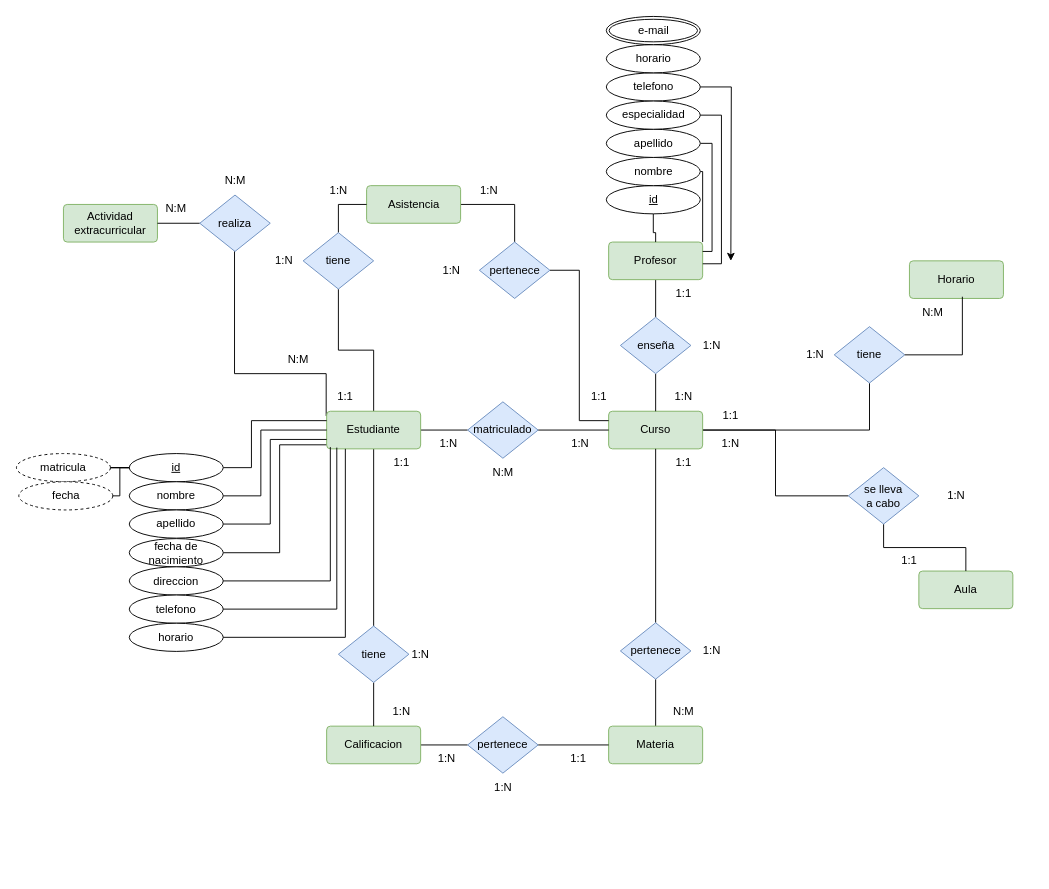
The draw.io diagram Unidad_1/Tareas/Tareas_entregables/Tarea_1/Diagrama sin título.drawio in OxideVanadium/base_de_datos, before the edit. Source tidied: cells renumbered, new cells numbered last; positions are measured from the earlier drawing's top-left corner, leaving out a move shared by most shapes. Both pictures are drawn from the tidied source at 94%, with x=0, y=0 at pixel (16, 16).
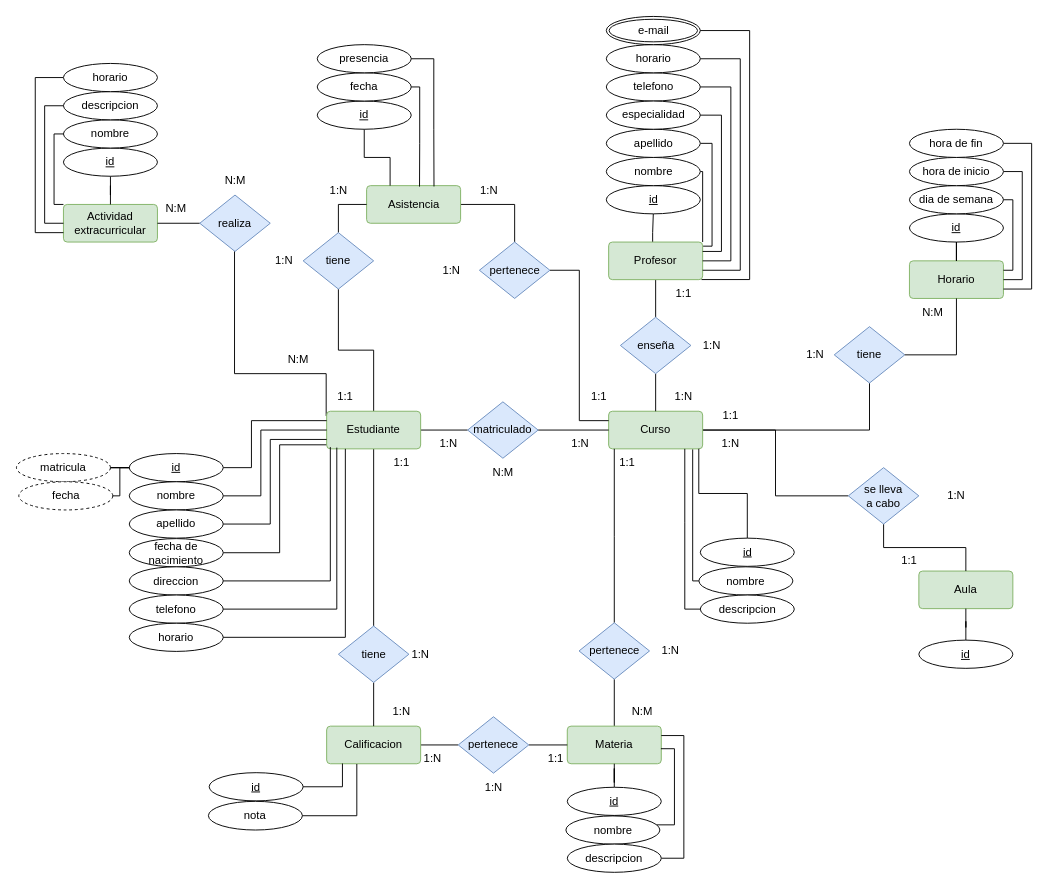
The same page after the edit.

Unchanged cells that the change refers to:
```xml
<mxCell id="9" value="Curso" style="rounded=1;arcSize=10;whiteSpace=wrap;html=1;align=center;fillColor=#d5e8d4;strokeColor=#82b366;" parent="1" vertex="1">
  <mxGeometry x="630" y="420" width="100" height="40" as="geometry" />
</mxCell>
<mxCell id="11" value="Profesor" style="rounded=1;arcSize=10;whiteSpace=wrap;html=1;align=center;fillColor=#d5e8d4;strokeColor=#82b366;" parent="1" vertex="1">
  <mxGeometry x="630" y="240" width="100" height="40" as="geometry" />
</mxCell>
<mxCell id="12" value="Aula" style="rounded=1;arcSize=10;whiteSpace=wrap;html=1;align=center;fillColor=#d5e8d4;strokeColor=#82b366;" parent="1" vertex="1">
  <mxGeometry x="960" y="590" width="100" height="40" as="geometry" />
</mxCell>
<mxCell id="13" value="&lt;div&gt;Horario&lt;/div&gt;" style="rounded=1;arcSize=10;whiteSpace=wrap;html=1;align=center;fillColor=#d5e8d4;strokeColor=#82b366;" parent="1" vertex="1">
  <mxGeometry x="950" y="260" width="100" height="40" as="geometry" />
</mxCell>
<mxCell id="17" value="Calificacion" style="rounded=1;arcSize=10;whiteSpace=wrap;html=1;align=center;fillColor=#d5e8d4;strokeColor=#82b366;" parent="1" vertex="1">
  <mxGeometry x="330" y="755" width="100" height="40" as="geometry" />
</mxCell>
<mxCell id="19" value="Asistencia" style="rounded=1;arcSize=10;whiteSpace=wrap;html=1;align=center;fillColor=#d5e8d4;strokeColor=#82b366;" parent="1" vertex="1">
  <mxGeometry x="372.5" y="180" width="100" height="40" as="geometry" />
</mxCell>
<mxCell id="20" value="Actividad extracurricular" style="rounded=1;arcSize=10;whiteSpace=wrap;html=1;align=center;fillColor=#d5e8d4;strokeColor=#82b366;" parent="1" vertex="1">
  <mxGeometry x="50" y="200" width="100" height="40" as="geometry" />
</mxCell>
<mxCell id="29" value="tiene" style="shape=rhombus;perimeter=rhombusPerimeter;whiteSpace=wrap;html=1;align=center;fillColor=#dae8fc;strokeColor=#6c8ebf;" parent="1" vertex="1">
  <mxGeometry x="870" y="330" width="75" height="60" as="geometry" />
</mxCell>
<mxCell id="45" value="1:1" style="text;html=1;strokeColor=none;fillColor=none;align=center;verticalAlign=middle;whiteSpace=wrap;rounded=0;" parent="1" vertex="1">
  <mxGeometry x="680" y="280" width="60" height="30" as="geometry" />
</mxCell>
<mxCell id="90" value="id" style="ellipse;whiteSpace=wrap;html=1;align=center;fontStyle=4;" parent="1" vertex="1">
  <mxGeometry x="627.5" y="180" width="100" height="30" as="geometry" />
</mxCell>
<mxCell id="94" value="telefono" style="ellipse;whiteSpace=wrap;html=1;align=center;" parent="1" vertex="1">
  <mxGeometry x="627.5" y="60" width="100" height="30" as="geometry" />
</mxCell>
<mxCell id="95" value="horario" style="ellipse;whiteSpace=wrap;html=1;align=center;" parent="1" vertex="1">
  <mxGeometry x="627.5" y="30" width="100" height="30" as="geometry" />
</mxCell>
<mxCell id="97" value="apellido" style="ellipse;whiteSpace=wrap;html=1;align=center;" parent="1" vertex="1">
  <mxGeometry x="627.5" y="120" width="100" height="30" as="geometry" />
</mxCell>
<mxCell id="98" value="especialidad" style="ellipse;whiteSpace=wrap;html=1;align=center;" parent="1" vertex="1">
  <mxGeometry x="627.5" y="90" width="100" height="30" as="geometry" />
</mxCell>
<mxCell id="99" value="e-mail" style="ellipse;shape=doubleEllipse;margin=3;whiteSpace=wrap;html=1;align=center;" parent="1" vertex="1">
  <mxGeometry x="627.5" width="100" height="30" as="geometry" />
</mxCell>
```

The edit, as a diff of the source:
```diff
@@
     <mxCell id="15" value="&lt;div&gt;Materia&lt;/div&gt;" style="rounded=1;arcSize=10;whiteSpace=wrap;html=1;align=center;fillColor=#d5e8d4;strokeColor=#82b366;" parent="1" vertex="1">
-      <mxGeometry x="630" y="755" width="100" height="40" as="geometry" />
+      <mxGeometry x="586" y="755" width="100" height="40" as="geometry" />
     </mxCell>
@@
-    <mxCell id="25" style="edgeStyle=orthogonalEdgeStyle;rounded=0;jettySize=auto;html=1;endArrow=none;endFill=0;" parent="1" edge="1" source="26" target="9">
-      <mxGeometry relative="1" as="geometry" />
+    <mxCell id="25" style="edgeStyle=orthogonalEdgeStyle;rounded=0;jettySize=auto;html=1;endArrow=none;endFill=0;" parent="1" edge="1" source="26">
+      <mxGeometry relative="1" as="geometry">
+        <mxPoint x="636" y="460" as="targetPoint" />
+      </mxGeometry>
     </mxCell>
     <mxCell id="26" value="pertenece" style="shape=rhombus;perimeter=rhombusPerimeter;whiteSpace=wrap;html=1;align=center;fillColor=#dae8fc;strokeColor=#6c8ebf;" parent="1" vertex="1">
-      <mxGeometry x="642.5" y="645" width="75" height="60" as="geometry" />
+      <mxGeometry x="598.5" y="645" width="75" height="60" as="geometry" />
     </mxCell>
@@
     <mxCell id="33" value="pertenece" style="shape=rhombus;perimeter=rhombusPerimeter;whiteSpace=wrap;html=1;align=center;fillColor=#dae8fc;strokeColor=#6c8ebf;" parent="1" vertex="1">
-      <mxGeometry x="480" y="745" width="75" height="60" as="geometry" />
+      <mxGeometry x="470" y="745" width="75" height="60" as="geometry" />
     </mxCell>
@@
-    <mxCell id="40" style="edgeStyle=orthogonalEdgeStyle;rounded=0;jettySize=auto;html=1;entryX=0.563;entryY=0.954;entryDx=0;entryDy=0;entryPerimeter=0;endArrow=none;endFill=0;" parent="1" edge="1" source="29" target="13">
+    <mxCell id="40" style="edgeStyle=orthogonalEdgeStyle;rounded=0;jettySize=auto;html=1;entryX=0.5;entryY=1;entryDx=0;entryDy=0;endArrow=none;endFill=0;" parent="1" edge="1" source="29" target="13">
       <mxGeometry relative="1" as="geometry" />
     </mxCell>
@@
     <mxCell id="47" value="N:M" style="text;html=1;strokeColor=none;fillColor=none;align=center;verticalAlign=middle;whiteSpace=wrap;rounded=0;" parent="1" vertex="1">
-      <mxGeometry x="680" y="725" width="60" height="30" as="geometry" />
+      <mxGeometry x="636" y="725" width="60" height="30" as="geometry" />
     </mxCell>
     <mxCell id="48" value="1:1" style="text;html=1;strokeColor=none;fillColor=none;align=center;verticalAlign=middle;whiteSpace=wrap;rounded=0;" parent="1" vertex="1">
-      <mxGeometry x="680" y="460" width="60" height="30" as="geometry" />
+      <mxGeometry x="620" y="460" width="60" height="30" as="geometry" />
     </mxCell>
     <mxCell id="49" value="1:N" style="text;html=1;strokeColor=none;fillColor=none;align=center;verticalAlign=middle;whiteSpace=wrap;rounded=0;" parent="1" vertex="1">
-      <mxGeometry x="710" y="660" width="60" height="30" as="geometry" />
+      <mxGeometry x="666" y="660" width="60" height="30" as="geometry" />
     </mxCell>
@@
     <mxCell id="55" value="1:1" style="text;html=1;strokeColor=none;fillColor=none;align=center;verticalAlign=middle;whiteSpace=wrap;rounded=0;" parent="1" vertex="1">
-      <mxGeometry x="567.5" y="775" width="60" height="30" as="geometry" />
+      <mxGeometry x="543.5" y="775" width="60" height="30" as="geometry" />
     </mxCell>
@@
     <mxCell id="57" value="1:N" style="text;html=1;strokeColor=none;fillColor=none;align=center;verticalAlign=middle;whiteSpace=wrap;rounded=0;" parent="1" vertex="1">
-      <mxGeometry x="487.5" y="805" width="60" height="30" as="geometry" />
+      <mxGeometry x="477.5" y="805" width="60" height="30" as="geometry" />
     </mxCell>
     <mxCell id="58" value="1:N" style="text;html=1;strokeColor=none;fillColor=none;align=center;verticalAlign=middle;whiteSpace=wrap;rounded=0;" parent="1" vertex="1">
-      <mxGeometry x="427.5" y="775" width="60" height="30" as="geometry" />
+      <mxGeometry x="412.5" y="775" width="60" height="30" as="geometry" />
     </mxCell>
@@
-    <mxCell id="89" style="edgeStyle=orthogonalEdgeStyle;rounded=0;jettySize=auto;html=1;entryX=0.5;entryY=0;entryDx=0;entryDy=0;endArrow=none;endFill=0;" parent="1" edge="1" source="90" target="11">
-      <mxGeometry relative="1" as="geometry" />
+    <mxCell id="89" style="edgeStyle=orthogonalEdgeStyle;rounded=0;jettySize=auto;html=1;entryX=0.468;entryY=-0.009;entryDx=0;entryDy=0;endArrow=none;endFill=0;entryPerimeter=0;" parent="1" edge="1" source="90" target="11">
+      <mxGeometry relative="1" as="geometry">
+        <Array as="points">
+          <mxPoint x="678" y="230" />
+          <mxPoint x="677" y="230" />
+          <mxPoint x="677" y="240" />
+        </Array>
+      </mxGeometry>
     </mxCell>
@@
-    <mxCell id="93" style="edgeStyle=orthogonalEdgeStyle;rounded=0;jettySize=auto;html=1;" parent="1" edge="1" source="94">
+    <mxCell id="93" style="edgeStyle=orthogonalEdgeStyle;rounded=0;jettySize=auto;html=1;entryX=1;entryY=0.5;entryDx=0;entryDy=0;endArrow=none;endFill=0;" parent="1" edge="1" source="94" target="11">
       <mxGeometry relative="1" as="geometry">
-        <mxPoint x="760" y="260" as="targetPoint" />
+        <Array as="points">
+          <mxPoint x="760" y="75" />
+          <mxPoint x="760" y="260" />
+        </Array>
       </mxGeometry>
     </mxCell>
@@
+    <mxCell id="101" style="edgeStyle=orthogonalEdgeStyle;rounded=0;jettySize=auto;html=1;entryX=1;entryY=0.75;entryDx=0;entryDy=0;endArrow=none;endFill=0;" parent="1" edge="1" source="95" target="11">
+      <mxGeometry relative="1" as="geometry">
+        <Array as="points">
+          <mxPoint x="770" y="45" />
+          <mxPoint x="770" y="270" />
+        </Array>
+      </mxGeometry>
+    </mxCell>
@@
-    <mxCell id="96" style="edgeStyle=orthogonalEdgeStyle;rounded=0;jettySize=auto;html=1;entryX=1;entryY=0.25;entryDx=0;entryDy=0;endArrow=none;endFill=0;exitX=1;exitY=0.5;exitDx=0;exitDy=0;" parent="1" edge="1" source="97" target="11">
+    <mxCell id="96" style="edgeStyle=orthogonalEdgeStyle;rounded=0;jettySize=auto;html=1;entryX=1.005;entryY=0.109;entryDx=0;entryDy=0;endArrow=none;endFill=0;exitX=1;exitY=0.5;exitDx=0;exitDy=0;entryPerimeter=0;" parent="1" edge="1" source="97" target="11">
       <mxGeometry relative="1" as="geometry">
         <Array as="points">
           <mxPoint x="740" y="135" />
-          <mxPoint x="740" y="250" />
+          <mxPoint x="740" y="244" />
+          <mxPoint x="731" y="244" />
         </Array>
       </mxGeometry>
     </mxCell>
@@
-    <mxCell id="100" style="edgeStyle=orthogonalEdgeStyle;rounded=0;jettySize=auto;html=1;entryX=1.001;entryY=0.578;entryDx=0;entryDy=0;entryPerimeter=0;endArrow=none;endFill=0;" parent="1" edge="1" source="98" target="11">
+    <mxCell id="100" style="edgeStyle=orthogonalEdgeStyle;rounded=0;jettySize=auto;html=1;entryX=1;entryY=0.25;entryDx=0;entryDy=0;endArrow=none;endFill=0;" parent="1" edge="1" source="98" target="11">
       <mxGeometry relative="1" as="geometry">
         <Array as="points">
           <mxPoint x="750" y="105" />
-          <mxPoint x="750" y="263" />
+          <mxPoint x="750" y="250" />
         </Array>
       </mxGeometry>
     </mxCell>
+    <mxCell id="102" style="edgeStyle=orthogonalEdgeStyle;rounded=0;jettySize=auto;html=1;entryX=0.814;entryY=-0.003;entryDx=0;entryDy=0;entryPerimeter=0;endArrow=none;endFill=0;" parent="1" edge="1" source="99" target="45">
+      <mxGeometry relative="1" as="geometry">
+        <Array as="points">
+          <mxPoint x="780" y="15" />
+          <mxPoint x="780" y="280" />
+        </Array>
+      </mxGeometry>
+    </mxCell>
+    <mxCell id="103" style="edgeStyle=orthogonalEdgeStyle;rounded=0;jettySize=auto;html=1;entryX=0.959;entryY=0.997;entryDx=0;entryDy=0;endArrow=none;endFill=0;entryPerimeter=0;" parent="1" edge="1" source="104" target="9">
+      <mxGeometry relative="1" as="geometry" />
+    </mxCell>
+    <mxCell id="104" value="id" style="ellipse;whiteSpace=wrap;html=1;align=center;fontStyle=4;" parent="1" vertex="1">
+      <mxGeometry x="727.5" y="555" width="100" height="30" as="geometry" />
+    </mxCell>
+    <mxCell id="105" value="nombre" style="ellipse;whiteSpace=wrap;html=1;align=center;" parent="1" vertex="1">
+      <mxGeometry x="726" y="585.5" width="100" height="30" as="geometry" />
+    </mxCell>
+    <mxCell id="106" value="descripcion" style="ellipse;whiteSpace=wrap;html=1;align=center;" parent="1" vertex="1">
+      <mxGeometry x="727.5" y="615.5" width="100" height="30" as="geometry" />
+    </mxCell>
+    <mxCell id="107" style="edgeStyle=orthogonalEdgeStyle;rounded=0;jettySize=auto;html=1;entryX=0.894;entryY=1.014;entryDx=0;entryDy=0;entryPerimeter=0;endArrow=none;endFill=0;" parent="1" edge="1" source="105" target="9">
+      <mxGeometry relative="1" as="geometry">
+        <Array as="points">
+          <mxPoint x="720" y="601" />
+          <mxPoint x="720" y="461" />
+        </Array>
+      </mxGeometry>
+    </mxCell>
+    <mxCell id="108" style="edgeStyle=orthogonalEdgeStyle;rounded=0;jettySize=auto;html=1;endArrow=none;endFill=0;" parent="1" edge="1" source="106">
+      <mxGeometry relative="1" as="geometry">
+        <mxPoint x="711" y="460" as="targetPoint" />
+        <Array as="points">
+          <mxPoint x="711" y="631" />
+          <mxPoint x="711" y="538" />
+          <mxPoint x="711" y="538" />
+        </Array>
+      </mxGeometry>
+    </mxCell>
+    <mxCell id="109" style="edgeStyle=orthogonalEdgeStyle;rounded=0;jettySize=auto;html=1;entryX=0.5;entryY=0;entryDx=0;entryDy=0;endArrow=none;endFill=0;" parent="1" edge="1" source="110" target="13">
+      <mxGeometry relative="1" as="geometry" />
+    </mxCell>
+    <mxCell id="110" value="id" style="ellipse;whiteSpace=wrap;html=1;align=center;fontStyle=4;" parent="1" vertex="1">
+      <mxGeometry x="950" y="210" width="100" height="30" as="geometry" />
+    </mxCell>
+    <mxCell id="111" style="edgeStyle=orthogonalEdgeStyle;rounded=0;jettySize=auto;html=1;entryX=1;entryY=0.25;entryDx=0;entryDy=0;endArrow=none;endFill=0;" parent="1" edge="1" source="112" target="13">
+      <mxGeometry relative="1" as="geometry">
+        <Array as="points">
+          <mxPoint x="1060" y="195" />
+          <mxPoint x="1060" y="270" />
+        </Array>
+      </mxGeometry>
+    </mxCell>
+    <mxCell id="112" value="dia de semana" style="ellipse;whiteSpace=wrap;html=1;align=center;" parent="1" vertex="1">
+      <mxGeometry x="950" y="180" width="100" height="30" as="geometry" />
+    </mxCell>
+    <mxCell id="113" style="edgeStyle=orthogonalEdgeStyle;rounded=0;jettySize=auto;html=1;entryX=1;entryY=0.5;entryDx=0;entryDy=0;endArrow=none;endFill=0;" parent="1" edge="1" source="114" target="13">
+      <mxGeometry relative="1" as="geometry">
+        <Array as="points">
+          <mxPoint x="1070" y="165" />
+          <mxPoint x="1070" y="280" />
+        </Array>
+      </mxGeometry>
+    </mxCell>
+    <mxCell id="114" value="hora de inicio" style="ellipse;whiteSpace=wrap;html=1;align=center;" parent="1" vertex="1">
+      <mxGeometry x="950" y="150" width="100" height="30" as="geometry" />
+    </mxCell>
+    <mxCell id="115" style="edgeStyle=orthogonalEdgeStyle;rounded=0;jettySize=auto;html=1;entryX=1;entryY=0.75;entryDx=0;entryDy=0;endArrow=none;endFill=0;" parent="1" edge="1" source="116" target="13">
+      <mxGeometry relative="1" as="geometry">
+        <Array as="points">
+          <mxPoint x="1080" y="135" />
+          <mxPoint x="1080" y="290" />
+        </Array>
+      </mxGeometry>
+    </mxCell>
+    <mxCell id="116" value="hora de fin" style="ellipse;whiteSpace=wrap;html=1;align=center;" parent="1" vertex="1">
+      <mxGeometry x="950" y="120" width="100" height="30" as="geometry" />
+    </mxCell>
+    <mxCell id="117" style="edgeStyle=orthogonalEdgeStyle;rounded=0;jettySize=auto;html=1;endArrow=none;endFill=0;" parent="1" edge="1" source="118" target="15">
+      <mxGeometry relative="1" as="geometry" />
+    </mxCell>
+    <mxCell id="118" value="id" style="ellipse;whiteSpace=wrap;html=1;align=center;fontStyle=4;" parent="1" vertex="1">
+      <mxGeometry x="586" y="820" width="100" height="30" as="geometry" />
+    </mxCell>
+    <mxCell id="119" value="nombre" style="ellipse;whiteSpace=wrap;html=1;align=center;" parent="1" vertex="1">
+      <mxGeometry x="584.5" y="850.5" width="100" height="30" as="geometry" />
+    </mxCell>
+    <mxCell id="120" style="edgeStyle=orthogonalEdgeStyle;rounded=0;jettySize=auto;html=1;entryX=1;entryY=0.25;entryDx=0;entryDy=0;endArrow=none;endFill=0;" parent="1" edge="1" source="121" target="15">
+      <mxGeometry relative="1" as="geometry">
+        <Array as="points">
+          <mxPoint x="710" y="895.5" />
+          <mxPoint x="710" y="765" />
+        </Array>
+      </mxGeometry>
+    </mxCell>
+    <mxCell id="121" value="descripcion" style="ellipse;whiteSpace=wrap;html=1;align=center;" parent="1" vertex="1">
+      <mxGeometry x="586" y="880.5" width="100" height="30" as="geometry" />
+    </mxCell>
+    <mxCell id="122" style="edgeStyle=orthogonalEdgeStyle;rounded=0;jettySize=auto;html=1;entryX=0.996;entryY=0.6;entryDx=0;entryDy=0;entryPerimeter=0;endArrow=none;endFill=0;" parent="1" edge="1" source="119" target="15">
+      <mxGeometry relative="1" as="geometry">
+        <Array as="points">
+          <mxPoint x="700" y="860" />
+          <mxPoint x="700" y="779" />
+        </Array>
+      </mxGeometry>
+    </mxCell>
+    <mxCell id="123" value="id" style="ellipse;whiteSpace=wrap;html=1;align=center;fontStyle=4;" parent="1" vertex="1">
+      <mxGeometry x="205" y="804.5" width="100" height="30" as="geometry" />
+    </mxCell>
+    <mxCell id="124" value="nota" style="ellipse;whiteSpace=wrap;html=1;align=center;" parent="1" vertex="1">
+      <mxGeometry x="204.2" y="835" width="100" height="30.5" as="geometry" />
+    </mxCell>
+    <mxCell id="125" style="edgeStyle=orthogonalEdgeStyle;rounded=0;jettySize=auto;html=1;endArrow=none;endFill=0;entryX=0.168;entryY=0.993;entryDx=0;entryDy=0;entryPerimeter=0;" parent="1" edge="1" source="123" target="17">
+      <mxGeometry relative="1" as="geometry" />
+    </mxCell>
+    <mxCell id="126" style="edgeStyle=orthogonalEdgeStyle;rounded=0;jettySize=auto;html=1;entryX=0.321;entryY=1.007;entryDx=0;entryDy=0;entryPerimeter=0;endArrow=none;endFill=0;" parent="1" edge="1" source="124" target="17">
+      <mxGeometry relative="1" as="geometry" />
+    </mxCell>
+    <mxCell id="127" style="edgeStyle=orthogonalEdgeStyle;rounded=0;jettySize=auto;html=1;entryX=0.25;entryY=0;entryDx=0;entryDy=0;endArrow=none;endFill=0;" parent="1" edge="1" source="128" target="19">
+      <mxGeometry relative="1" as="geometry" />
+    </mxCell>
+    <mxCell id="128" value="id" style="ellipse;whiteSpace=wrap;html=1;align=center;fontStyle=4;" parent="1" vertex="1">
+      <mxGeometry x="320" y="90" width="100" height="30" as="geometry" />
+    </mxCell>
+    <mxCell id="129" value="fecha" style="ellipse;whiteSpace=wrap;html=1;align=center;" parent="1" vertex="1">
+      <mxGeometry x="320" y="60" width="100" height="30" as="geometry" />
+    </mxCell>
+    <mxCell id="130" value="presencia" style="ellipse;whiteSpace=wrap;html=1;align=center;" parent="1" vertex="1">
+      <mxGeometry x="320" y="30" width="100" height="30" as="geometry" />
+    </mxCell>
+    <mxCell id="131" style="edgeStyle=orthogonalEdgeStyle;rounded=0;jettySize=auto;html=1;entryX=0.563;entryY=0.025;entryDx=0;entryDy=0;entryPerimeter=0;endArrow=none;endFill=0;" parent="1" edge="1" source="129" target="19">
+      <mxGeometry relative="1" as="geometry">
+        <Array as="points">
+          <mxPoint x="429" y="75" />
+          <mxPoint x="429" y="135" />
+        </Array>
+      </mxGeometry>
+    </mxCell>
+    <mxCell id="132" style="edgeStyle=orthogonalEdgeStyle;rounded=0;jettySize=auto;html=1;entryX=0.717;entryY=0.021;entryDx=0;entryDy=0;entryPerimeter=0;endArrow=none;endFill=0;" parent="1" edge="1" source="130" target="19">
+      <mxGeometry relative="1" as="geometry">
+        <Array as="points">
+          <mxPoint x="444" y="45" />
+          <mxPoint x="444" y="120" />
+        </Array>
+      </mxGeometry>
+    </mxCell>
+    <mxCell id="133" style="edgeStyle=orthogonalEdgeStyle;rounded=0;jettySize=auto;html=1;entryX=0.5;entryY=0;entryDx=0;entryDy=0;endArrow=none;endFill=0;" parent="1" edge="1" source="134" target="20">
+      <mxGeometry relative="1" as="geometry" />
+    </mxCell>
+    <mxCell id="134" value="id" style="ellipse;whiteSpace=wrap;html=1;align=center;fontStyle=4;" parent="1" vertex="1">
+      <mxGeometry x="50" y="140" width="100" height="30" as="geometry" />
+    </mxCell>
+    <mxCell id="135" style="edgeStyle=orthogonalEdgeStyle;rounded=0;jettySize=auto;html=1;entryX=0;entryY=0;entryDx=0;entryDy=0;endArrow=none;endFill=0;" parent="1" edge="1" source="136" target="20">
+      <mxGeometry relative="1" as="geometry">
+        <Array as="points">
+          <mxPoint x="40" y="125" />
+          <mxPoint x="40" y="200" />
+        </Array>
+      </mxGeometry>
+    </mxCell>
+    <mxCell id="136" value="nombre" style="ellipse;whiteSpace=wrap;html=1;align=center;" parent="1" vertex="1">
+      <mxGeometry x="50" y="110" width="100" height="30" as="geometry" />
+    </mxCell>
+    <mxCell id="137" style="edgeStyle=orthogonalEdgeStyle;rounded=0;jettySize=auto;html=1;entryX=0;entryY=0.5;entryDx=0;entryDy=0;endArrow=none;endFill=0;" parent="1" edge="1" source="138" target="20">
+      <mxGeometry relative="1" as="geometry">
+        <Array as="points">
+          <mxPoint x="30" y="95" />
+          <mxPoint x="30" y="220" />
+        </Array>
+      </mxGeometry>
+    </mxCell>
+    <mxCell id="138" value="descripcion" style="ellipse;whiteSpace=wrap;html=1;align=center;" parent="1" vertex="1">
+      <mxGeometry x="50" y="80" width="100" height="30" as="geometry" />
+    </mxCell>
+    <mxCell id="139" style="edgeStyle=orthogonalEdgeStyle;rounded=0;jettySize=auto;html=1;entryX=0;entryY=0.75;entryDx=0;entryDy=0;endArrow=none;endFill=0;" parent="1" edge="1" source="140" target="20">
+      <mxGeometry relative="1" as="geometry">
+        <Array as="points">
+          <mxPoint x="20" y="65" />
+          <mxPoint x="20" y="230" />
+        </Array>
+      </mxGeometry>
+    </mxCell>
+    <mxCell id="140" value="horario" style="ellipse;whiteSpace=wrap;html=1;align=center;" parent="1" vertex="1">
+      <mxGeometry x="50" y="50" width="100" height="30" as="geometry" />
+    </mxCell>
+    <mxCell id="141" style="edgeStyle=orthogonalEdgeStyle;rounded=0;jettySize=auto;html=1;entryX=0.5;entryY=1;entryDx=0;entryDy=0;endArrow=none;endFill=0;" parent="1" edge="1" source="142" target="12">
+      <mxGeometry relative="1" as="geometry" />
+    </mxCell>
+    <mxCell id="142" value="id" style="ellipse;whiteSpace=wrap;html=1;align=center;fontStyle=4;" parent="1" vertex="1">
+      <mxGeometry x="960" y="663.5" width="100" height="30" as="geometry" />
+    </mxCell>
```
